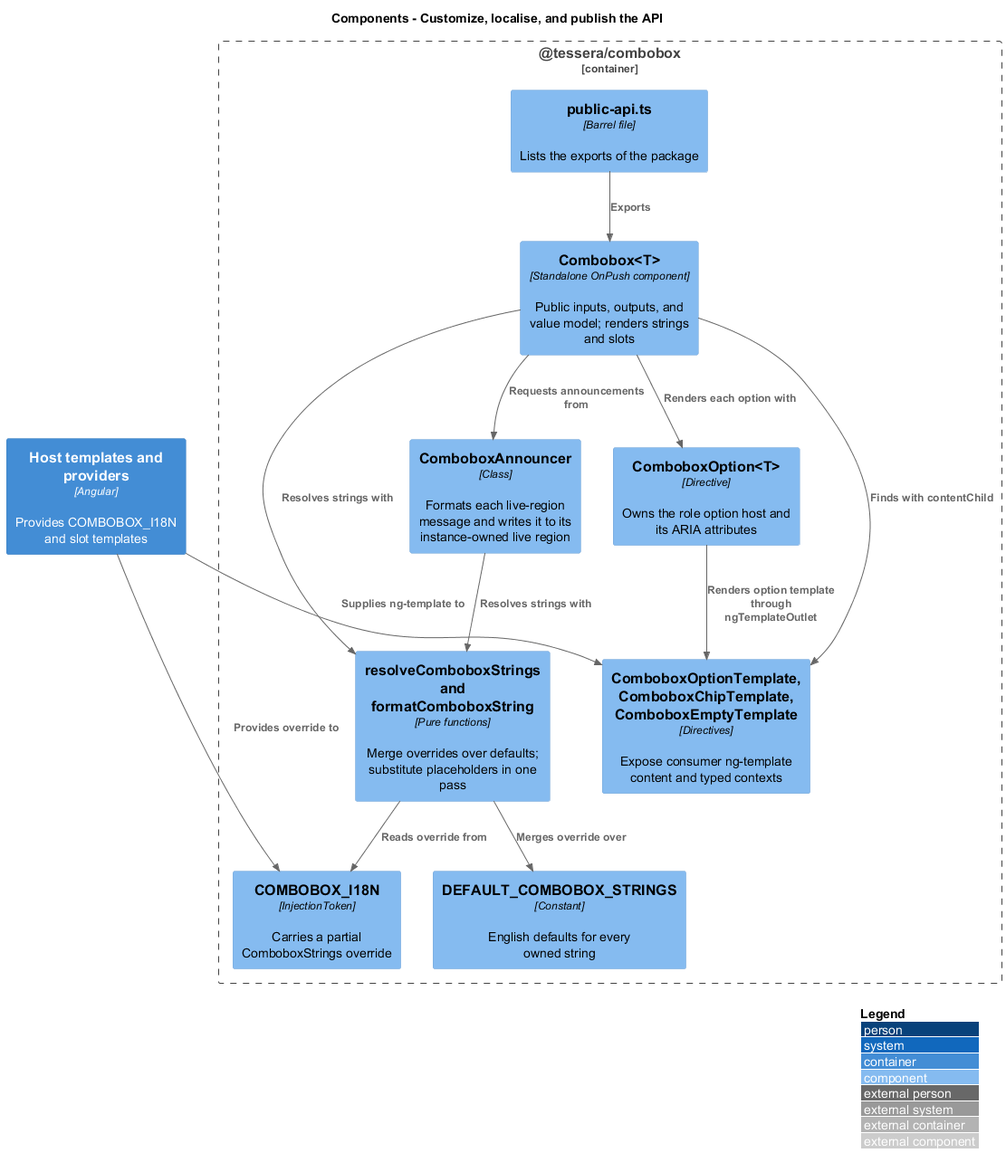
Above: docs/detailed-designs/combobox/customize-and-localise/diagrams/c4-component.png in QuinntyneBrown/Tessera (PlantUML), before the change.
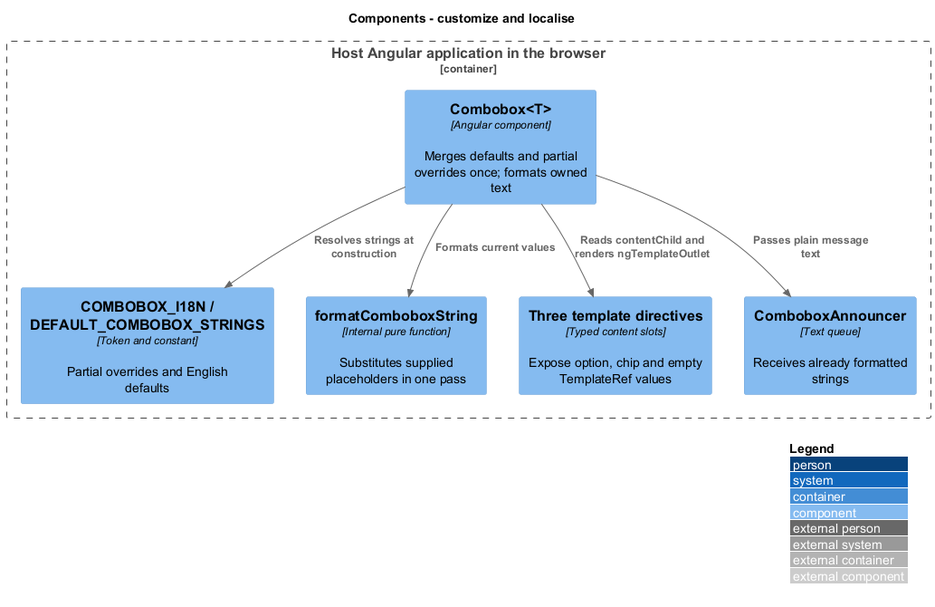
Above is the later version.

The edit, as a diff of the source:
```diff
@@ -1,28 +1,16 @@
 @startuml
 !include <C4/C4_Component>
 LAYOUT_WITH_LEGEND()
-title Components - Customize, localise, and publish the API
-
-Container(hostcode, "Host templates and providers", "Angular", "Provides COMBOBOX_I18N and slot templates")
-Container_Boundary(pkg, "@tessera/combobox") {
-  Component(cb, "Combobox<T>", "Standalone OnPush component", "Public inputs, outputs, and value model; renders strings and slots")
-  Component(token, "COMBOBOX_I18N", "InjectionToken", "Carries a partial ComboboxStrings override")
-  Component(defaults, "DEFAULT_COMBOBOX_STRINGS", "Constant", "English defaults for every owned string")
-  Component(resolve, "resolveComboboxStrings and formatComboboxString", "Pure functions", "Merge overrides over defaults; substitute placeholders in one pass")
-  Component(ann, "ComboboxAnnouncer", "Class", "Formats each live-region message and writes it to its instance-owned live region")
-  Component(opt, "ComboboxOption<T>", "Directive", "Owns the role option host and its ARIA attributes")
-  Component(slots, "ComboboxOptionTemplate, ComboboxChipTemplate, ComboboxEmptyTemplate", "Directives", "Expose consumer ng-template content and typed contexts")
-  Component(api, "public-api.ts", "Barrel file", "Lists the exports of the package")
+title Components - customize and localise
+Container_Boundary(pkg, "Host Angular application in the browser") {
+  Component(combo, "Combobox<T>", "Angular component", "Merges defaults and partial overrides once; formats owned text")
+  Component(strings, "COMBOBOX_I18N / DEFAULT_COMBOBOX_STRINGS", "Token and constant", "Partial overrides and English defaults")
+  Component(format, "formatComboboxString", "Internal pure function", "Substitutes supplied placeholders in one pass")
+  Component(slots, "Three template directives", "Typed content slots", "Expose option, chip and empty TemplateRef values")
+  Component(ann, "ComboboxAnnouncer", "Text queue", "Receives already formatted strings")
 }
-Rel(hostcode, token, "Provides override to")
-Rel(hostcode, slots, "Supplies ng-template to")
-Rel(cb, resolve, "Resolves strings with")
-Rel(ann, resolve, "Resolves strings with")
-Rel(resolve, token, "Reads override from")
-Rel(resolve, defaults, "Merges override over")
-Rel(cb, slots, "Finds with contentChild")
-Rel(cb, opt, "Renders each option with")
-Rel(opt, slots, "Renders option template through ngTemplateOutlet")
-Rel(cb, ann, "Requests announcements from")
-Rel(api, cb, "Exports")
+Rel(combo, strings, "Resolves strings at construction")
+Rel(combo, format, "Formats current values")
+Rel(combo, slots, "Reads contentChild and renders ngTemplateOutlet")
+Rel(combo, ann, "Passes plain message text")
 @enduml
```
